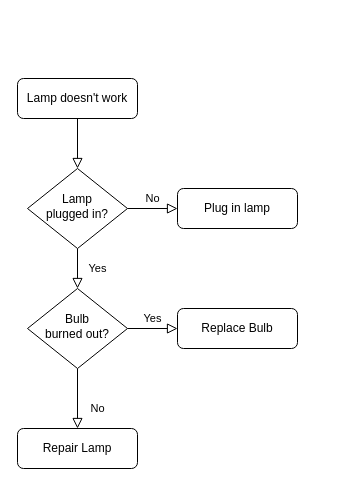
Above: Untitled Diagram.drawio in majiandong/Enkids (draw.io), before the change. Source tidied: cells renumbered, new cells numbered last; positions are measured from the earlier drawing's top-left corner, leaving out a move shared by most shapes. Both pictures are drawn from the tidied source at 100%, with x=0, y=0 at pixel (17, 78).
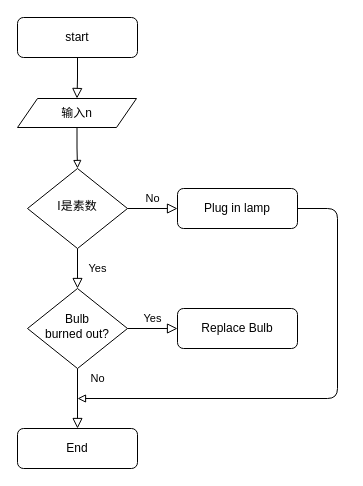
The same diagram, later.

Diff of the diagram source:
```diff
@@
 <mxGraphModel>
   <root>
     <mxCell id="0" />
     <mxCell id="1" parent="0" />
-    <mxCell id="2" style="rounded=0;html=1;jettySize=auto;fontSize=11;endArrow=block;endFill=0;endSize=8;strokeWidth=1;shadow=0;labelBackgroundColor=none;edgeStyle=orthogonalEdgeStyle;" parent="1" edge="1" source="3" target="6">
+    <mxCell id="2" style="rounded=0;html=1;jettySize=auto;fontSize=11;endArrow=block;endFill=0;endSize=8;strokeWidth=1;shadow=0;labelBackgroundColor=none;edgeStyle=orthogonalEdgeStyle;entryX=0.5;entryY=0;entryDx=0;entryDy=0;" parent="1" edge="1" source="3" target="15">
       <mxGeometry relative="1" as="geometry" />
     </mxCell>
-    <mxCell id="3" value="Lamp doesn't work" style="rounded=1;whiteSpace=wrap;html=1;fontSize=12;glass=0;strokeWidth=1;shadow=0;" parent="1" vertex="1">
-      <mxGeometry width="120" height="40" as="geometry" />
+    <mxCell id="3" value="start" style="rounded=1;whiteSpace=wrap;html=1;fontSize=12;glass=0;strokeWidth=1;shadow=0;" parent="1" vertex="1">
+      <mxGeometry y="-61" width="120" height="40" as="geometry" />
     </mxCell>
     <mxCell id="4" value="Yes" style="rounded=0;html=1;jettySize=auto;fontSize=11;endArrow=block;endFill=0;endSize=8;strokeWidth=1;shadow=0;labelBackgroundColor=none;edgeStyle=orthogonalEdgeStyle;" parent="1" edge="1" source="6" target="10">
       <mxGeometry y="20" relative="1" as="geometry" />
     </mxCell>
     <mxCell id="5" value="No" style="edgeStyle=orthogonalEdgeStyle;rounded=0;html=1;jettySize=auto;fontSize=11;endArrow=block;endFill=0;endSize=8;strokeWidth=1;shadow=0;labelBackgroundColor=none;" parent="1" edge="1" source="6" target="7">
       <mxGeometry y="10" relative="1" as="geometry" />
     </mxCell>
-    <mxCell id="6" value="Lamp&lt;br&gt;plugged in?" style="rhombus;whiteSpace=wrap;html=1;shadow=0;fontFamily=Helvetica;fontSize=12;align=center;strokeWidth=1;spacing=6;spacingTop=-4;" parent="1" vertex="1">
+    <mxCell id="6" value="I是素数" style="rhombus;whiteSpace=wrap;html=1;shadow=0;fontFamily=Helvetica;fontSize=12;align=center;strokeWidth=1;spacing=6;spacingTop=-4;" parent="1" vertex="1">
       <mxGeometry x="10" y="90" width="100" height="80" as="geometry" />
     </mxCell>
     <mxCell id="7" value="Plug in lamp" style="rounded=1;whiteSpace=wrap;html=1;fontSize=12;glass=0;strokeWidth=1;shadow=0;" parent="1" vertex="1">
       <mxGeometry x="160" y="110" width="120" height="40" as="geometry" />
     </mxCell>
     <mxCell id="8" value="No" style="rounded=0;html=1;jettySize=auto;fontSize=11;endArrow=block;endFill=0;endSize=8;strokeWidth=1;shadow=0;labelBackgroundColor=none;edgeStyle=orthogonalEdgeStyle;" parent="1" edge="1" source="10" target="11">
-      <mxGeometry x="0.33" y="20" relative="1" as="geometry" />
+      <mxGeometry x="-0.67" y="20" relative="1" as="geometry" />
     </mxCell>
     <mxCell id="9" value="Yes" style="edgeStyle=orthogonalEdgeStyle;rounded=0;html=1;jettySize=auto;fontSize=11;endArrow=block;endFill=0;endSize=8;strokeWidth=1;shadow=0;labelBackgroundColor=none;" parent="1" edge="1" source="10" target="12">
       <mxGeometry y="10" relative="1" as="geometry" />
     </mxCell>
     <mxCell id="10" value="Bulb&lt;br&gt;burned out?" style="rhombus;whiteSpace=wrap;html=1;shadow=0;fontFamily=Helvetica;fontSize=12;align=center;strokeWidth=1;spacing=6;spacingTop=-4;" parent="1" vertex="1">
       <mxGeometry x="10" y="210" width="100" height="80" as="geometry" />
     </mxCell>
-    <mxCell id="11" value="Repair Lamp" style="rounded=1;whiteSpace=wrap;html=1;fontSize=12;glass=0;strokeWidth=1;shadow=0;" parent="1" vertex="1">
+    <mxCell id="11" value="End" style="rounded=1;whiteSpace=wrap;html=1;fontSize=12;glass=0;strokeWidth=1;shadow=0;" parent="1" vertex="1">
       <mxGeometry y="350" width="120" height="40" as="geometry" />
     </mxCell>
     <mxCell id="12" value="Replace Bulb" style="rounded=1;whiteSpace=wrap;html=1;fontSize=12;glass=0;strokeWidth=1;shadow=0;" parent="1" vertex="1">
       <mxGeometry x="160" y="230" width="120" height="40" as="geometry" />
     </mxCell>
+    <mxCell id="13" style="endArrow=block;html=1;exitX=1;exitY=0.5;exitDx=0;exitDy=0;endFill=0;" parent="1" edge="1" source="7">
+      <mxGeometry relative="1" as="geometry">
+        <mxPoint x="60" y="320" as="targetPoint" />
+        <Array as="points">
+          <mxPoint x="320" y="130" />
+          <mxPoint x="320" y="320" />
+        </Array>
+      </mxGeometry>
+    </mxCell>
+    <mxCell id="14" style="edgeStyle=orthogonalEdgeStyle;rounded=0;jettySize=auto;html=1;exitX=0.5;exitY=1;exitDx=0;exitDy=0;endArrow=block;endFill=0;" parent="1" edge="1" source="15" target="6">
+      <mxGeometry relative="1" as="geometry" />
+    </mxCell>
+    <mxCell id="15" value="输入n" style="shape=parallelogram;perimeter=parallelogramPerimeter;whiteSpace=wrap;html=1;fixedSize=1;" parent="1" vertex="1">
+      <mxGeometry y="20" width="119" height="29" as="geometry" />
+    </mxCell>
   </root>
 </mxGraphModel>
```
